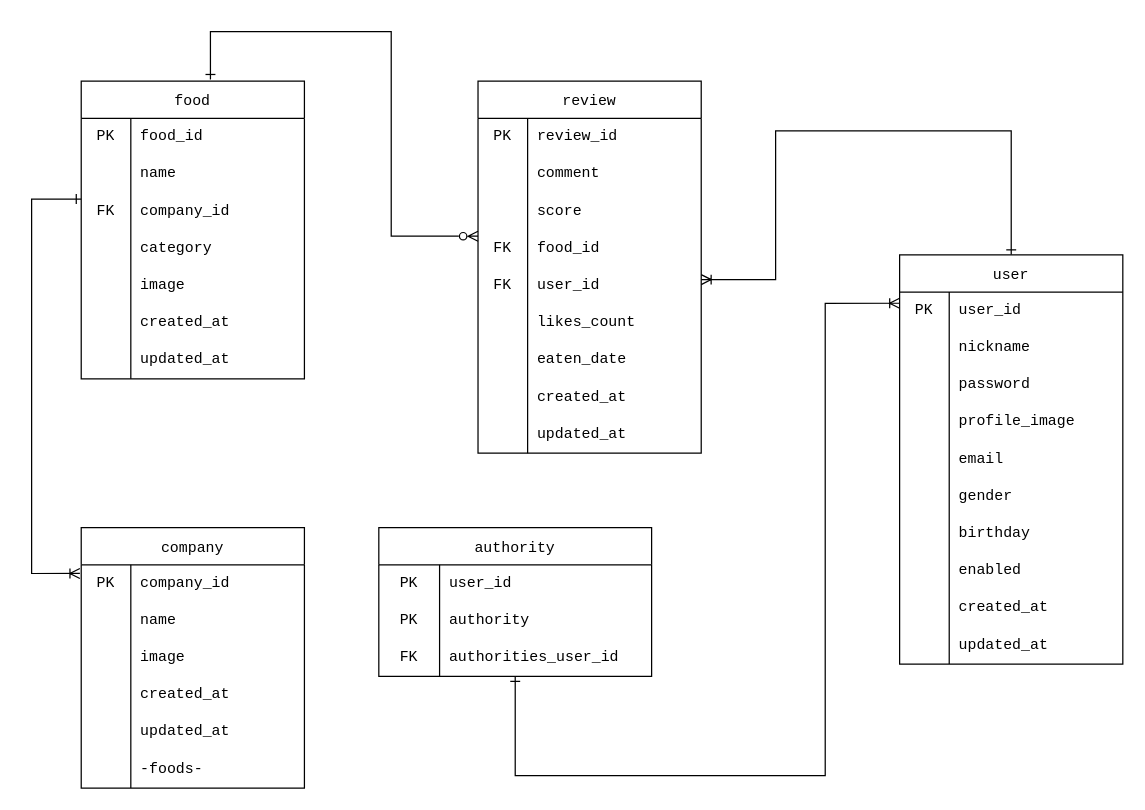
The draw.io diagram ERD.drawio in Bluewind8791/mukcha, before the edit. Source tidied: cells renumbered, new cells numbered last; positions are measured from the earlier drawing's top-left corner, leaving out a move shared by most shapes. Both pictures are drawn from the tidied source at 124%, with x=0, y=0 at pixel (31, 31).
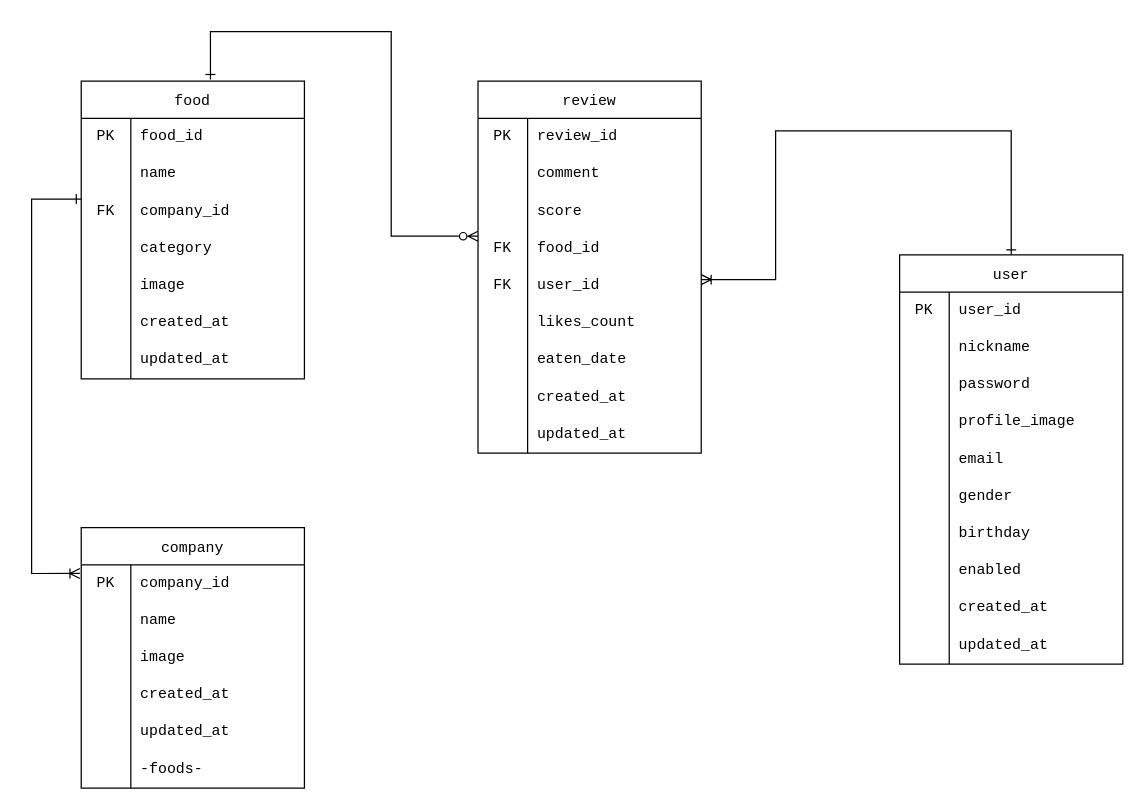
Above is the later version.

Unchanged cells that the change refers to:
```xml
<mxCell id="45" style="shape=tableRow;horizontal=0;startSize=0;swimlaneHead=0;swimlaneBody=0;top=0;left=0;bottom=0;right=0;fillColor=none;points=[[0,0.5],[1,0.5]];portConstraint=eastwest;fontFamily=Courier New;labelBackgroundColor=none;fontColor=default;fontStyle=0;fontSize=12;" parent="44" vertex="1">
  <mxGeometry y="30" width="180" height="30" as="geometry" />
</mxCell>
```

Change to the diagram source:
```diff
@@
-    <mxCell id="105" value="authority" style="shape=table;startSize=30;childLayout=tableLayout;rowLines=0;fontStyle=0;fontFamily=Courier New;labelBackgroundColor=none;fontColor=default;fontSize=12;" parent="1" vertex="1">
-      <mxGeometry x="280" y="400" width="220" height="120" as="geometry" />
-    </mxCell>
-    <mxCell id="106" style="shape=tableRow;horizontal=0;startSize=0;swimlaneHead=0;swimlaneBody=0;top=0;left=0;bottom=0;right=0;fillColor=none;fontFamily=Courier New;labelBackgroundColor=none;fontColor=default;fontStyle=0;fontSize=12;" parent="105" vertex="1">
-      <mxGeometry y="30" width="220" height="30" as="geometry" />
-    </mxCell>
-    <mxCell id="107" value="PK" style="shape=partialRectangle;html=1;whiteSpace=wrap;fillColor=none;top=0;left=0;bottom=0;right=0;overflow=hidden;fontFamily=Courier New;labelBackgroundColor=none;fontColor=default;fontStyle=0;fontSize=12;" parent="106" vertex="1">
-      <mxGeometry width="49" height="30" as="geometry" />
-    </mxCell>
-    <mxCell id="108" value="user_id" style="shape=partialRectangle;html=1;whiteSpace=wrap;fillColor=none;top=0;left=0;bottom=0;right=0;align=left;spacingLeft=6;overflow=hidden;fontFamily=Courier New;labelBackgroundColor=none;fontColor=default;fontStyle=0;fontSize=12;" parent="106" vertex="1">
-      <mxGeometry x="49" width="171" height="30" as="geometry" />
-    </mxCell>
-    <mxCell id="109" style="shape=tableRow;horizontal=0;startSize=0;swimlaneHead=0;swimlaneBody=0;top=0;left=0;bottom=0;right=0;fillColor=none;fontFamily=Courier New;labelBackgroundColor=none;fontColor=default;fontStyle=0;fontSize=12;" parent="105" vertex="1">
-      <mxGeometry y="60" width="220" height="30" as="geometry" />
-    </mxCell>
-    <mxCell id="110" value="PK" style="shape=partialRectangle;html=1;whiteSpace=wrap;fillColor=none;top=0;left=0;bottom=0;right=0;overflow=hidden;fontFamily=Courier New;labelBackgroundColor=none;fontColor=default;fontStyle=0;fontSize=12;" parent="109" vertex="1">
-      <mxGeometry width="49" height="30" as="geometry" />
-    </mxCell>
-    <mxCell id="111" value="authority" style="shape=partialRectangle;html=1;whiteSpace=wrap;fillColor=none;top=0;left=0;bottom=0;right=0;align=left;spacingLeft=6;overflow=hidden;fontFamily=Courier New;labelBackgroundColor=none;fontColor=default;fontStyle=0;fontSize=12;" parent="109" vertex="1">
-      <mxGeometry x="49" width="171" height="30" as="geometry" />
-    </mxCell>
-    <mxCell id="112" style="shape=tableRow;horizontal=0;startSize=0;swimlaneHead=0;swimlaneBody=0;top=0;left=0;bottom=0;right=0;fillColor=none;points=[[0,0.5],[1,0.5]];portConstraint=eastwest;fontFamily=Courier New;labelBackgroundColor=none;fontColor=default;fontStyle=0;fontSize=12;" parent="105" vertex="1">
-      <mxGeometry y="90" width="220" height="30" as="geometry" />
-    </mxCell>
-    <mxCell id="113" value="FK" style="shape=partialRectangle;html=1;whiteSpace=wrap;fillColor=none;top=0;left=0;bottom=0;right=0;overflow=hidden;fontFamily=Courier New;labelBackgroundColor=none;fontColor=default;fontStyle=0;fontSize=12;" parent="112" vertex="1">
-      <mxGeometry width="49" height="30" as="geometry" />
-    </mxCell>
-    <mxCell id="114" value="authorities_user_id" style="shape=partialRectangle;html=1;whiteSpace=wrap;fillColor=none;top=0;left=0;bottom=0;right=0;align=left;spacingLeft=6;overflow=hidden;fontFamily=Courier New;labelBackgroundColor=none;fontColor=default;fontStyle=0;fontSize=12;" parent="112" vertex="1">
-      <mxGeometry x="49" width="171" height="30" as="geometry" />
-    </mxCell>
-    <mxCell id="115" style="edgeStyle=orthogonalEdgeStyle;rounded=0;jettySize=auto;html=1;entryX=0;entryY=0.302;entryDx=0;entryDy=0;entryPerimeter=0;endArrow=ERoneToMany;endFill=0;startArrow=ERone;startFill=0;" parent="1" edge="1" source="112" target="45">
-      <mxGeometry relative="1" as="geometry">
-        <Array as="points">
-          <mxPoint x="390" y="600" />
-          <mxPoint x="640" y="600" />
-          <mxPoint x="640" y="219" />
-        </Array>
-      </mxGeometry>
-    </mxCell>
```
